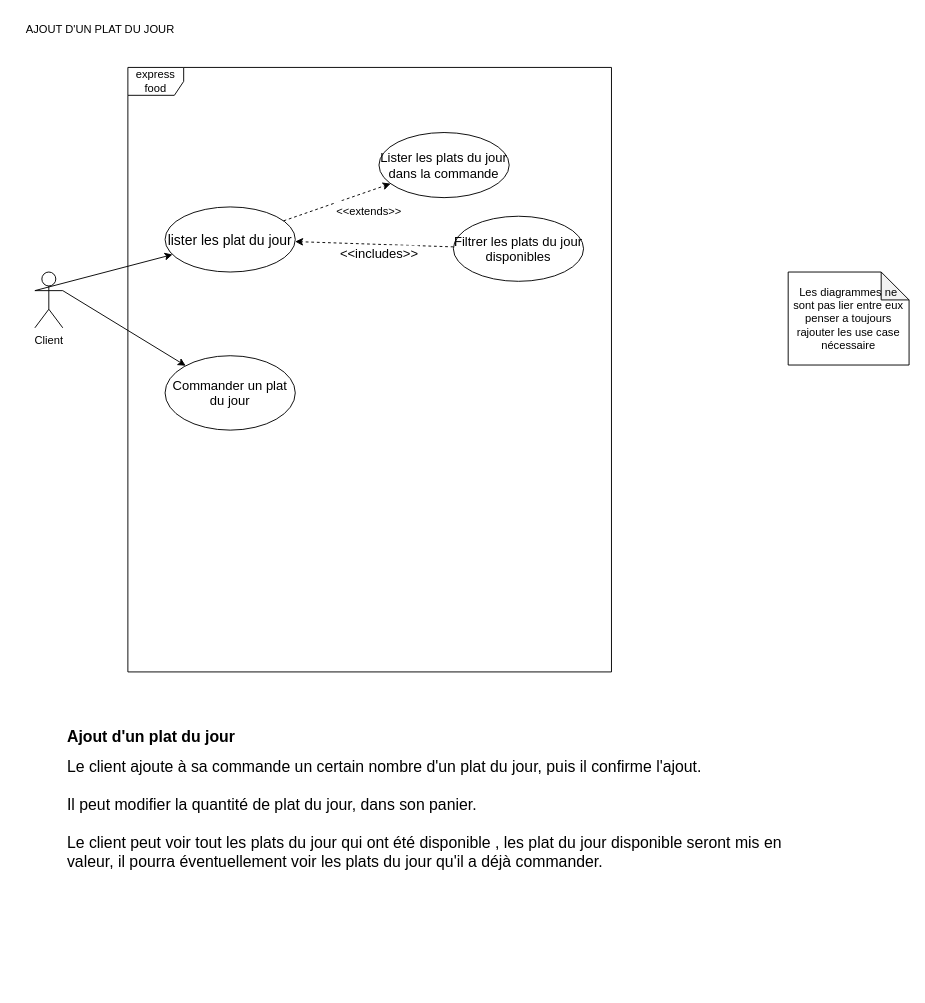
sebastien-deren/projet_4 keeps this draw.io diagram as page "ajouter plat du jour" (3 of 4) of main_use_case.drawio. Above is the earlier version. Source tidied: cells renumbered, new cells numbered last; positions are measured from the earlier drawing's top-left corner, leaving out a move shared by most shapes. Both pictures are drawn from the tidied source at 93%, with x=0, y=0 at pixel (16, 16).
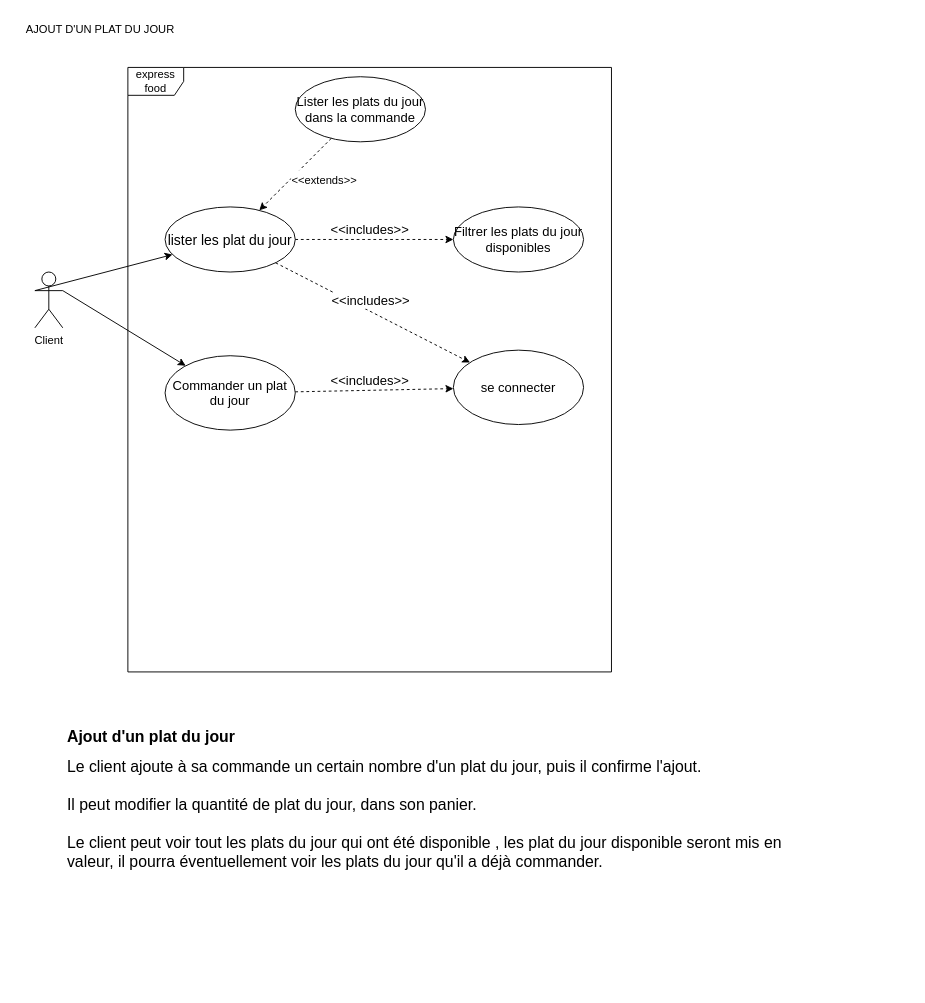
The same page after the edit.

Diff of the diagram source:
```diff
@@
 <mxGraphModel>
   <root>
     <mxCell id="0" />
     <mxCell id="1" parent="0" />
     <mxCell id="2" value="express food" style="shape=umlFrame;whiteSpace=wrap;html=1;" parent="1" vertex="1">
       <mxGeometry x="120" y="55" width="520" height="650" as="geometry" />
     </mxCell>
     <mxCell id="3" value="AJOUT D'UN PLAT DU JOUR" style="text;html=1;align=center;verticalAlign=middle;strokeColor=none;fillColor=none;" parent="1" vertex="1">
       <mxGeometry width="180" height="30" as="geometry" />
     </mxCell>
     <mxCell id="4" value="Lister les plats du jour dans la commande" style="ellipse;whiteSpace=wrap;html=1;fontSize=14;" parent="1" vertex="1">
-      <mxGeometry x="390" y="125" width="140" height="70" as="geometry" />
+      <mxGeometry x="300" y="65" width="140" height="70" as="geometry" />
     </mxCell>
     <mxCell id="5" value="Client" style="shape=umlActor;verticalLabelPosition=bottom;verticalAlign=top;html=1;" parent="1" vertex="1">
       <mxGeometry x="20" y="275" width="30" height="60" as="geometry" />
     </mxCell>
     <mxCell id="6" value="lister les plat du jour" style="ellipse;whiteSpace=wrap;html=1;fontSize=15;" parent="1" vertex="1">
       <mxGeometry x="160" y="205" width="140" height="70" as="geometry" />
     </mxCell>
     <mxCell id="7" style="endArrow=none;endFill=0;endSize=12;html=1;rounded=0;entryX=0;entryY=0.3333333333333333;entryDx=0;entryDy=0;entryPerimeter=0;startArrow=classic;startFill=1;" parent="1" edge="1" source="6" target="5">
       <mxGeometry relative="1" as="geometry" />
     </mxCell>
-    <mxCell id="8" style="endArrow=classic;html=1;rounded=0;fontSize=16;dashed=1;endFill=1;" parent="1" edge="1" source="6" target="4">
+    <mxCell id="8" style="endArrow=classic;html=1;rounded=0;fontSize=16;dashed=1;endFill=1;" parent="1" edge="1" source="4" target="6">
       <mxGeometry relative="1" as="geometry" />
     </mxCell>
     <mxCell id="9" value="&lt;font style=&quot;font-size: 12px;&quot;&gt;&amp;lt;&amp;lt;extends&amp;gt;&amp;gt;&lt;/font&gt;" style="edgeLabel;html=1;align=center;verticalAlign=middle;fontSize=16;" parent="8" vertex="1">
       <mxGeometry x="0.31" y="1" relative="1" as="geometry">
-        <mxPoint x="16" y="15" as="offset" />
+        <mxPoint x="42" y="-8" as="offset" />
       </mxGeometry>
     </mxCell>
     <mxCell id="10" value="Commander un plat du jour" style="ellipse;whiteSpace=wrap;html=1;fontSize=14;" parent="1" vertex="1">
       <mxGeometry x="160" y="365" width="140" height="80" as="geometry" />
     </mxCell>
     <mxCell id="11" style="endArrow=classic;html=1;rounded=0;fontSize=14;exitX=1;exitY=0.3333333333333333;exitDx=0;exitDy=0;exitPerimeter=0;" parent="1" edge="1" source="5" target="10">
       <mxGeometry relative="1" as="geometry" />
     </mxCell>
     <mxCell id="12" value="Filtrer les plats du jour disponibles" style="ellipse;whiteSpace=wrap;html=1;fontSize=14;" parent="1" vertex="1">
-      <mxGeometry x="470" y="215" width="140" height="70" as="geometry" />
+      <mxGeometry x="470" y="205" width="140" height="70" as="geometry" />
     </mxCell>
-    <mxCell id="13" value="&amp;lt;&amp;lt;includes&amp;gt;&amp;gt;" style="endArrow=classic;html=1;rounded=0;dashed=1;fontSize=14;" parent="1" edge="1" source="12" target="6">
+    <mxCell id="13" value="&amp;lt;&amp;lt;includes&amp;gt;&amp;gt;" style="endArrow=classic;html=1;rounded=0;dashed=1;fontSize=14;" parent="1" edge="1" source="6" target="12">
       <mxGeometry x="-0.06" y="10" relative="1" as="geometry" />
     </mxCell>
     <mxCell id="14" value="&lt;h1 style=&quot;font-size: 17px;&quot;&gt;Ajout d'un plat du jour&lt;/h1&gt;&lt;div style=&quot;font-size: 17px;&quot;&gt;Le client ajoute à sa commande un certain nombre d'un plat du jour, puis il confirme l'ajout.&lt;/div&gt;&lt;div style=&quot;font-size: 17px;&quot;&gt;&lt;br style=&quot;font-size: 17px;&quot;&gt;&lt;/div&gt;&lt;div style=&quot;font-size: 17px;&quot;&gt;Il peut modifier la quantité de plat du jour, dans son panier.&lt;/div&gt;&lt;div style=&quot;font-size: 17px;&quot;&gt;&lt;br&gt;&lt;/div&gt;&lt;div style=&quot;font-size: 17px;&quot;&gt;Le client peut voir tout les plats du jour qui ont été disponible , les plat du jour disponible seront mis en valeur, il pourra éventuellement voir les plats du jour qu'il a déjà commander.&lt;/div&gt;&lt;div style=&quot;font-size: 17px;&quot;&gt;&lt;br style=&quot;font-size: 17px;&quot;&gt;&lt;/div&gt;&lt;div style=&quot;font-size: 17px;&quot;&gt;&lt;br style=&quot;font-size: 17px;&quot;&gt;&lt;/div&gt;&lt;div style=&quot;font-size: 17px;&quot;&gt;&lt;br style=&quot;font-size: 17px;&quot;&gt;&lt;/div&gt;&lt;div style=&quot;font-size: 17px;&quot;&gt;&lt;br style=&quot;font-size: 17px;&quot;&gt;&lt;/div&gt;" style="text;html=1;strokeColor=none;fillColor=none;spacing=5;spacingTop=-20;whiteSpace=wrap;overflow=hidden;rounded=0;fontSize=17;" parent="1" vertex="1">
       <mxGeometry x="50" y="765" width="800" height="280" as="geometry" />
     </mxCell>
-    <mxCell id="15" value="Les diagrammes ne sont pas lier entre eux penser a toujours rajouter les use case nécessaire" style="shape=note;whiteSpace=wrap;html=1;backgroundOutline=1;darkOpacity=0.05;" parent="1" vertex="1">
-      <mxGeometry x="830" y="275" width="130" height="100" as="geometry" />
-    </mxCell>
+    <mxCell id="16" value="se connecter" style="ellipse;whiteSpace=wrap;html=1;fontSize=14;" parent="1" vertex="1">
+      <mxGeometry x="470" y="359" width="140" height="80" as="geometry" />
+    </mxCell>
+    <mxCell id="17" value="&amp;lt;&amp;lt;includes&amp;gt;&amp;gt;" style="endArrow=classic;html=1;rounded=0;dashed=1;fontSize=14;" parent="1" edge="1" source="6" target="16">
+      <mxGeometry x="-0.06" y="10" relative="1" as="geometry" />
+    </mxCell>
+    <mxCell id="18" value="&amp;lt;&amp;lt;includes&amp;gt;&amp;gt;" style="endArrow=classic;html=1;rounded=0;dashed=1;fontSize=14;" parent="1" edge="1" source="10" target="16">
+      <mxGeometry x="-0.06" y="10" relative="1" as="geometry" />
+    </mxCell>
   </root>
 </mxGraphModel>
```
